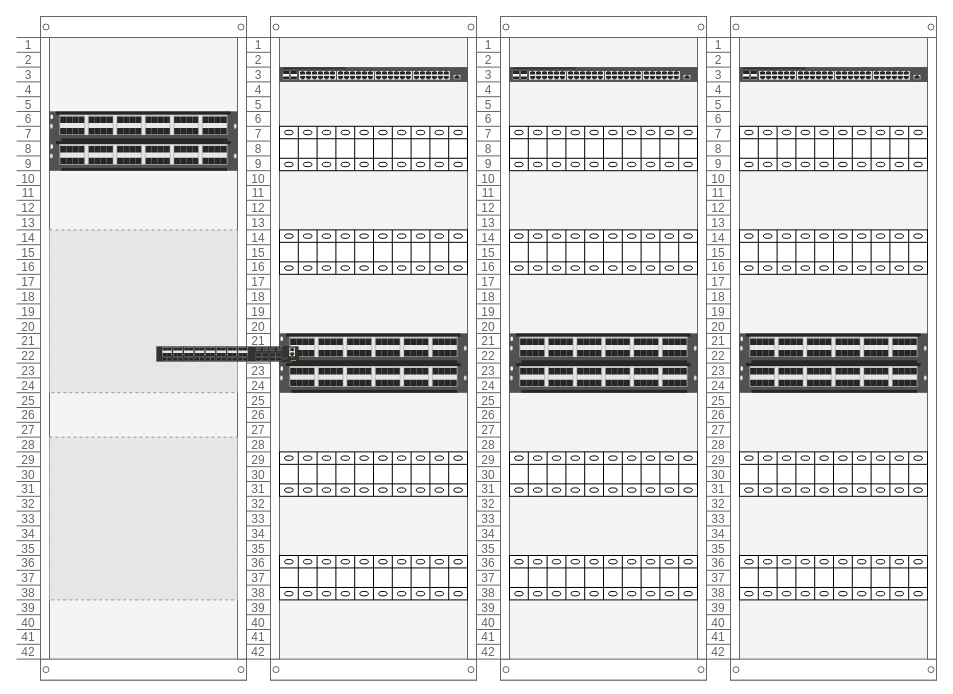
Earlier version of the draw.io diagram 机柜图示-多机器互联.drawio (hel-2000/AI-fundermentals). Source tidied: cells renumbered, new cells numbered last; positions are measured from the earlier drawing's top-left corner, leaving out a move shared by most shapes. Both pictures are drawn from the tidied source at 100%, with x=0, y=0 at pixel (16, 16). Pictures stored in the file or linked from it are replaced by grey dashed boxes.
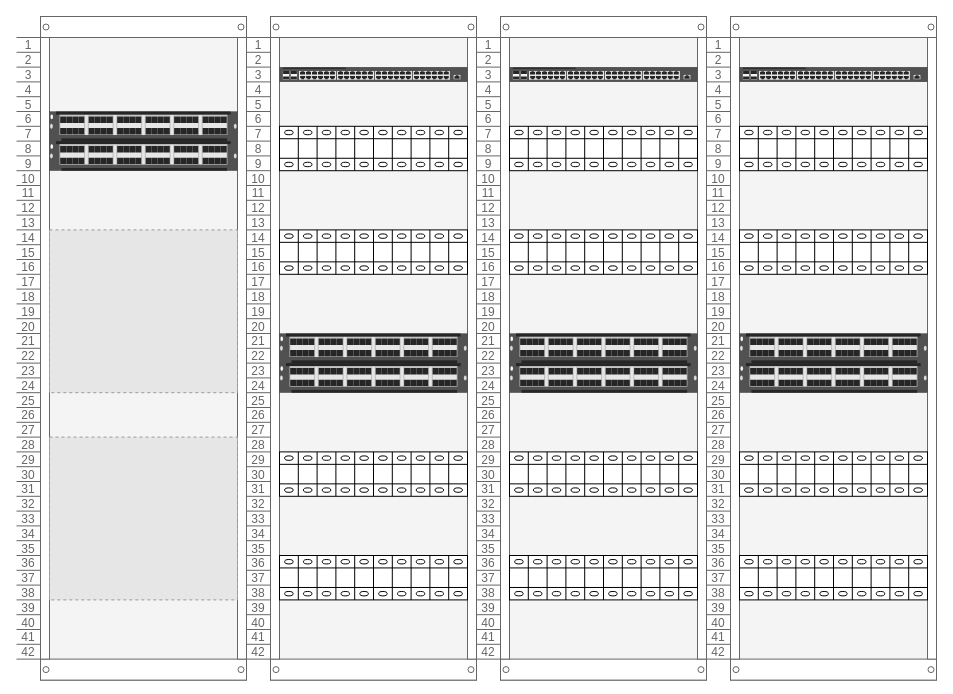
The same page after the edit.

Commit message (it also covers changes not shown here):
更新机柜图示-多机器互联.drawio

The edit, as a diff of the source:
```diff
@@
-    <mxCell id="31" style="html=1;verticalLabelPosition=bottom;verticalAlign=top;shadow=0;dashed=0;shape=mxgraph.rack.hpe_aruba.switches.jl626a_aruba_8325_32c_f2b_front;" parent="1" vertex="1">
-      <mxGeometry x="140" y="330" width="142" height="15" as="geometry" />
-    </mxCell>
```
